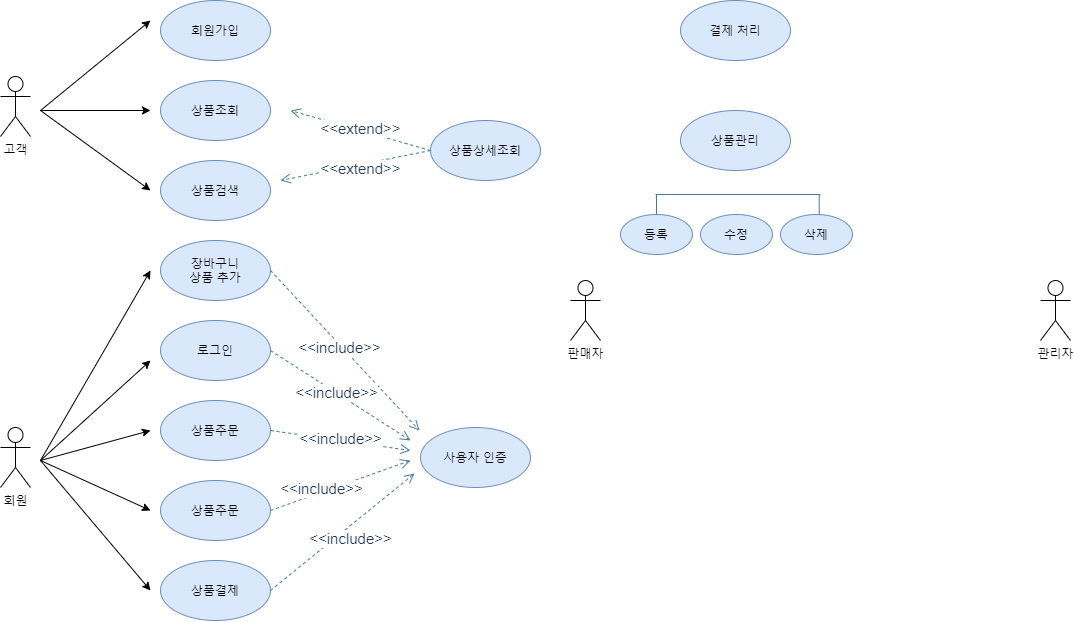
Above: Actor Diagram.png in osiris0607/Project (draw.io), before the change. Source tidied: cells renumbered, new cells last; positions are measured from the earlier drawing's top-left corner, leaving out a move shared by most shapes.
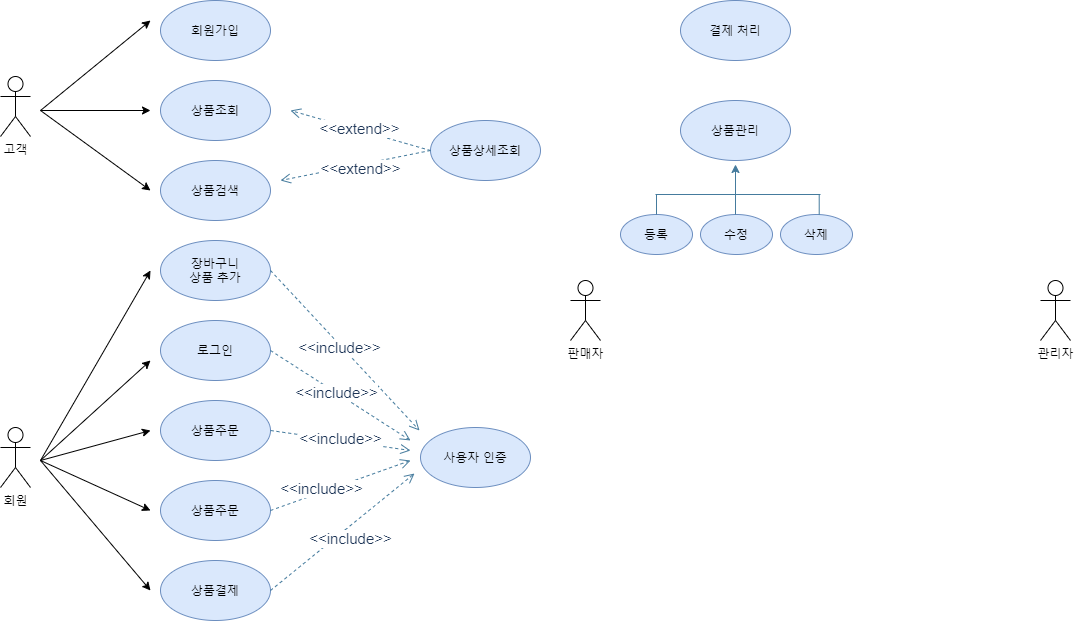
Above is the later version.

The edit, as a diff of the source:
```diff
@@ -133,7 +133,7 @@
       <mxGeometry x="680" width="110" height="60" as="geometry" />
     </mxCell>
     <mxCell id="32" value="상품관리" style="ellipse;whiteSpace=wrap;html=1;fillColor=#dae8fc;strokeColor=#6c8ebf;" parent="1" vertex="1">
-      <mxGeometry x="680" y="110" width="110" height="60" as="geometry" />
+      <mxGeometry x="680" y="100" width="110" height="60" as="geometry" />
     </mxCell>
     <mxCell id="33" value="등록" style="ellipse;whiteSpace=wrap;html=1;fillColor=#dae8fc;strokeColor=#6c8ebf;" parent="1" vertex="1">
       <mxGeometry x="620" y="214" width="72" height="40" as="geometry" />
@@ -161,5 +161,11 @@
         <mxPoint x="818.7" y="194" as="targetPoint" />
       </mxGeometry>
     </mxCell>
+    <mxCell id="39" style="endArrow=classic;html=1;strokeColor=#457B9D;fillColor=#A8DADC;fontColor=#1D3557;entryX=0.5;entryY=1;entryDx=0;entryDy=0;" parent="1" edge="1">
+      <mxGeometry relative="1" as="geometry">
+        <mxPoint x="735" y="214" as="sourcePoint" />
+        <mxPoint x="735" y="164" as="targetPoint" />
+      </mxGeometry>
+    </mxCell>
   </root>
 </mxGraphModel>
```
